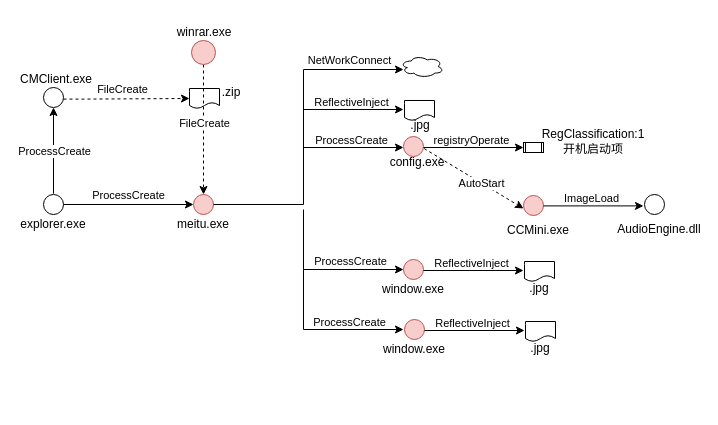
Earlier version of the draw.io diagram 银狐2.drawio (ernongxizhu/picture). Source tidied: cells renumbered, new cells numbered last; positions are measured from the earlier drawing's top-left corner, leaving out a move shared by most shapes. Both pictures are drawn from the tidied source at 100%, with x=0, y=0 at pixel (23, 17).
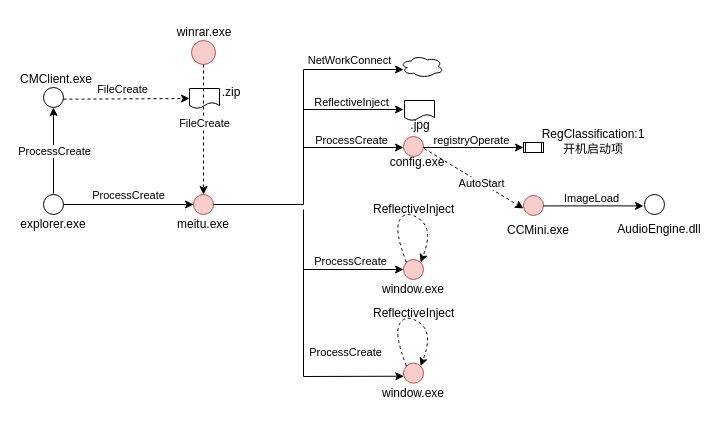
After the change.

The change refers to these unchanged cells:
```xml
<mxCell id="10" style="ellipse;whiteSpace=wrap;html=1;fillColor=#f8cecc;strokeColor=#b85450;" parent="1" vertex="1">
  <mxGeometry x="380" y="242" width="20" height="20" as="geometry" />
</mxCell>
```

Diff of the diagram source:
```diff
@@
-    <mxCell id="24" style="endArrow=classic;html=1;rounded=0;" parent="1" edge="1">
+    <mxCell id="24" style="endArrow=classic;html=1;rounded=0;entryX=0.339;entryY=-0.066;entryDx=0;entryDy=0;entryPerimeter=0;" parent="1" edge="1" target="50">
       <mxGeometry relative="1" as="geometry">
         <mxPoint x="280" y="252" as="sourcePoint" />
-        <mxPoint x="380" y="312" as="targetPoint" />
         <Array as="points">
-          <mxPoint x="280" y="312" />
+          <mxPoint x="280" y="359" />
         </Array>
       </mxGeometry>
     </mxCell>
@@
-    <mxCell id="45" style="endArrow=classic;html=1;rounded=0;" parent="1" edge="1">
-      <mxGeometry relative="1" as="geometry">
-        <mxPoint x="400" y="253" as="sourcePoint" />
-        <mxPoint x="500" y="253" as="targetPoint" />
-      </mxGeometry>
-    </mxCell>
-    <mxCell id="46" value="ReflectiveInject" style="edgeLabel;html=1;align=center;verticalAlign=middle;" parent="45" vertex="1">
-      <mxGeometry x="0.15" y="-2" relative="1" as="geometry">
-        <mxPoint x="-10" y="-10" as="offset" />
-      </mxGeometry>
-    </mxCell>
-    <mxCell id="47" style="shape=document;whiteSpace=wrap;html=1;boundedLbl=1;" parent="1" vertex="1">
-      <mxGeometry x="501" y="244" width="30" height="20" as="geometry" />
-    </mxCell>
-    <mxCell id="48" value=".jpg" style="text;strokeColor=none;align=center;fillColor=none;html=1;verticalAlign=middle;whiteSpace=wrap;rounded=0;" parent="1" vertex="1">
-      <mxGeometry x="486" y="256" width="60" height="30" as="geometry" />
-    </mxCell>
-    <mxCell id="49" style="ellipse;whiteSpace=wrap;html=1;fillColor=#f8cecc;strokeColor=#b85450;" parent="1" vertex="1">
-      <mxGeometry x="381" y="302" width="20" height="20" as="geometry" />
-    </mxCell>
-    <mxCell id="50" value="window.exe" style="text;strokeColor=none;align=center;fillColor=none;html=1;verticalAlign=middle;whiteSpace=wrap;rounded=0;" parent="1" vertex="1">
-      <mxGeometry x="361" y="317" width="60" height="30" as="geometry" />
-    </mxCell>
-    <mxCell id="51" style="endArrow=classic;html=1;rounded=0;" parent="1" edge="1">
-      <mxGeometry relative="1" as="geometry">
-        <mxPoint x="401" y="313" as="sourcePoint" />
-        <mxPoint x="501" y="313" as="targetPoint" />
-      </mxGeometry>
-    </mxCell>
-    <mxCell id="52" value="ReflectiveInject" style="edgeLabel;html=1;align=center;verticalAlign=middle;" parent="51" vertex="1">
-      <mxGeometry x="0.15" y="-2" relative="1" as="geometry">
-        <mxPoint x="-10" y="-10" as="offset" />
-      </mxGeometry>
-    </mxCell>
-    <mxCell id="53" style="shape=document;whiteSpace=wrap;html=1;boundedLbl=1;" parent="1" vertex="1">
-      <mxGeometry x="502" y="304" width="30" height="20" as="geometry" />
-    </mxCell>
-    <mxCell id="54" value=".jpg" style="text;strokeColor=none;align=center;fillColor=none;html=1;verticalAlign=middle;whiteSpace=wrap;rounded=0;" parent="1" vertex="1">
-      <mxGeometry x="487" y="316" width="60" height="30" as="geometry" />
-    </mxCell>
@@
+    <mxCell id="59" style="curved=1;endArrow=classic;html=1;rounded=0;exitX=0;exitY=0;exitDx=0;exitDy=0;entryX=1;entryY=0;entryDx=0;entryDy=0;dashed=1;" parent="1" edge="1" source="10" target="10">
+      <mxGeometry relative="1" as="geometry">
+        <Array as="points">
+          <mxPoint x="370" y="212" />
+          <mxPoint x="383" y="192" />
+          <mxPoint x="410" y="212" />
+        </Array>
+      </mxGeometry>
+    </mxCell>
+    <mxCell id="60" value="ReflectiveInject" style="text;whiteSpace=wrap;" parent="1" vertex="1">
+      <mxGeometry x="348" y="178" width="90" height="20" as="geometry" />
+    </mxCell>
+    <mxCell id="61" style="ellipse;whiteSpace=wrap;html=1;fillColor=#f8cecc;strokeColor=#b85450;" parent="1" vertex="1">
+      <mxGeometry x="380" y="345.7" width="20" height="20" as="geometry" />
+    </mxCell>
+    <mxCell id="50" value="window.exe" style="text;strokeColor=none;align=center;fillColor=none;html=1;verticalAlign=middle;whiteSpace=wrap;rounded=0;" parent="1" vertex="1">
+      <mxGeometry x="360" y="360.7" width="60" height="30" as="geometry" />
+    </mxCell>
+    <mxCell id="62" style="curved=1;endArrow=classic;html=1;rounded=0;exitX=0;exitY=0;exitDx=0;exitDy=0;entryX=1;entryY=0;entryDx=0;entryDy=0;dashed=1;" parent="1" edge="1" source="61" target="61">
+      <mxGeometry relative="1" as="geometry">
+        <Array as="points">
+          <mxPoint x="370" y="315.7" />
+          <mxPoint x="383" y="295.7" />
+          <mxPoint x="410" y="315.7" />
+        </Array>
+      </mxGeometry>
+    </mxCell>
+    <mxCell id="63" value="ReflectiveInject" style="text;whiteSpace=wrap;" parent="1" vertex="1">
+      <mxGeometry x="348" y="281.7" width="90" height="20" as="geometry" />
+    </mxCell>
```
